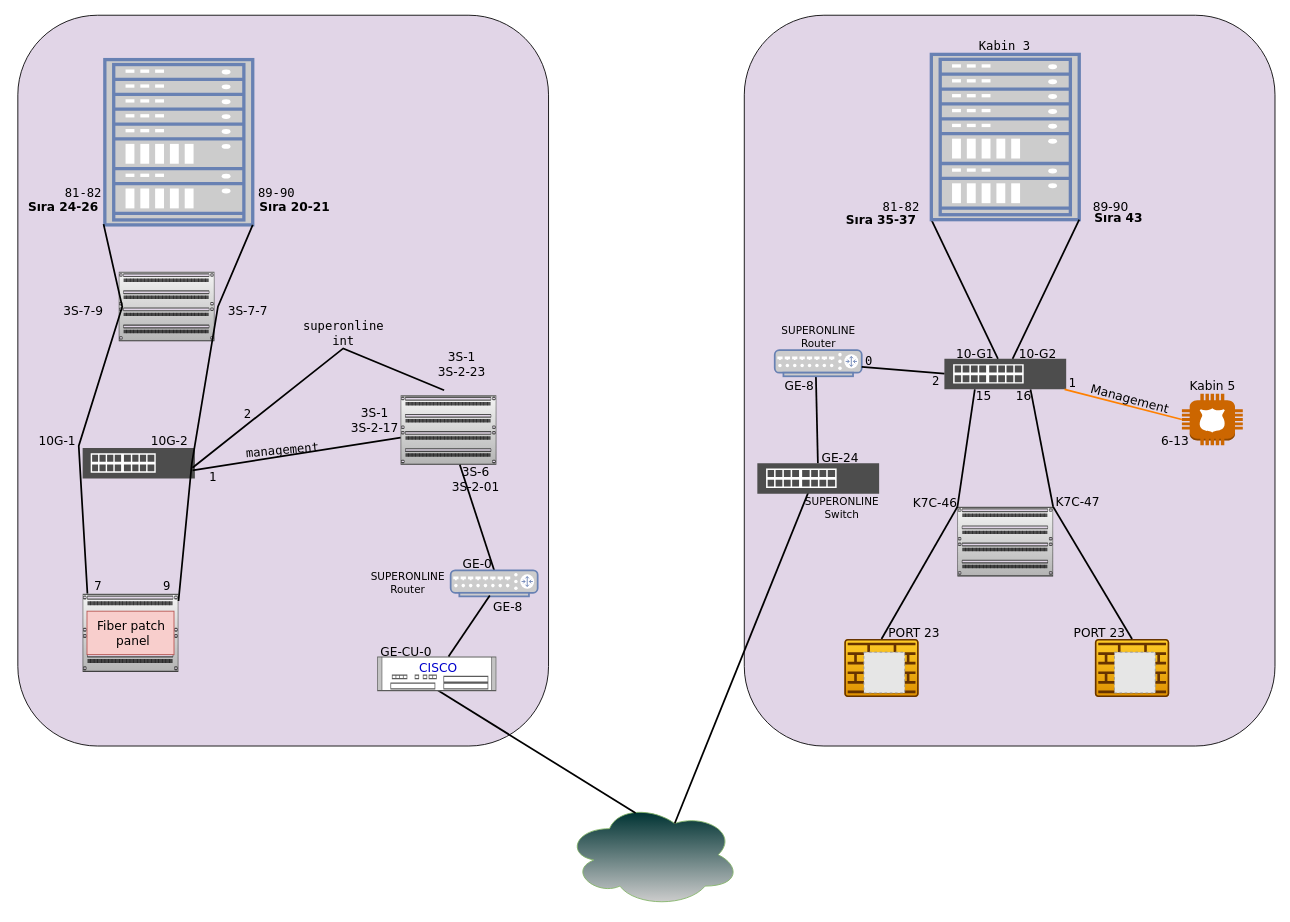
seozdemir/draw.io keeps this draw.io diagram as Başlıksız Diyagram.drawio. Above is the earlier version. Source tidied: cells renumbered, new cells numbered last; positions are measured from the earlier drawing's top-left corner, leaving out a move shared by most shapes. Both pictures are drawn from the tidied source at 87%, with x=0, y=0 at pixel (-83, 33). Pictures stored in the file or linked from it are replaced by grey dashed boxes.
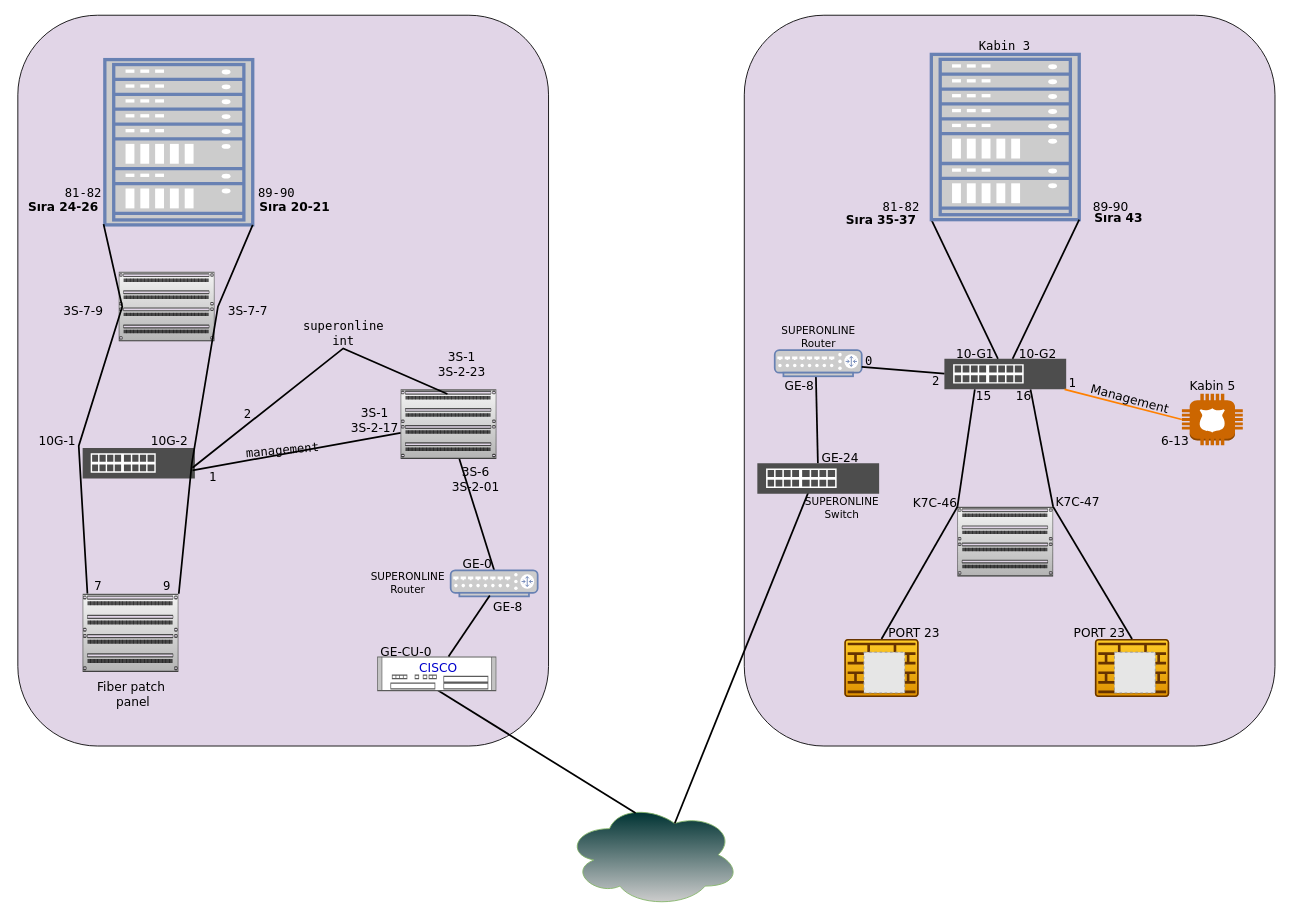
After the change.

Unchanged cells that the change refers to:
```xml
<mxCell id="26" style="fontColor=#0066CC;verticalAlign=top;verticalLabelPosition=bottom;labelPosition=center;align=center;html=1;outlineConnect=0;fillColor=#CCCCCC;strokeColor=#6881B3;gradientColor=none;gradientDirection=north;strokeWidth=2;shape=mxgraph.networks.rack;sketch=0;" parent="1" vertex="1">
  <mxGeometry x="215" y="30" width="170" height="190" as="geometry" />
</mxCell>
<mxCell id="74" value="&lt;font face=&quot;Lucida Console&quot; style=&quot;font-size: 14px;&quot;&gt;9&lt;/font&gt;" style="text;html=1;align=center;verticalAlign=middle;points=[];strokeColor=none;fillColor=none;" parent="1" vertex="1">
  <mxGeometry x="271" y="619.5" width="30" height="30" as="geometry" />
</mxCell>
```

What changed in the source:
```diff
@@
     <mxCell id="28" style="strokeColor=#666666;html=1;labelPosition=right;align=left;spacingLeft=15;shadow=0;dashed=0;outlineConnect=0;shape=mxgraph.rack.general.cat5e_rack_mount_patch_panel_96_ports;fillColor=#f5f5f5;gradientColor=#b3b3b3;" parent="1" vertex="1">
-      <mxGeometry x="555" y="415.8" width="110" height="80" as="geometry" />
+      <mxGeometry x="555" y="409" width="110" height="80" as="geometry" />
     </mxCell>
@@
-    <mxCell id="71" value="&lt;font face=&quot;Verdana&quot; style=&quot;font-size: 14px;&quot;&gt;Fiber patch&lt;br&gt;&amp;nbsp;panel&lt;/font&gt;" style="text;html=1;align=center;verticalAlign=middle;strokeColor=#b85450;fillColor=#f8cecc;" parent="1" vertex="1">
-      <mxGeometry x="194.5" y="664" width="100" height="50" as="geometry" />
+    <mxCell id="71" value="&lt;font face=&quot;Verdana&quot; style=&quot;font-size: 14px;&quot;&gt;Fiber patch&lt;br&gt;&amp;nbsp;panel&lt;/font&gt;" style="text;html=1;align=center;verticalAlign=middle;" parent="1" vertex="1">
+      <mxGeometry x="195" y="734" width="100" height="50" as="geometry" />
     </mxCell>
-    <mxCell id="72" style="endArrow=none;html=1;rounded=0;strokeWidth=2;exitX=1;exitY=1;exitDx=0;exitDy=0;exitPerimeter=0;entryX=0.956;entryY=1.095;entryDx=0;entryDy=0;entryPerimeter=0;" parent="1" edge="1" source="26" target="74">
+    <mxCell id="72" style="endArrow=none;html=1;rounded=0;strokeWidth=2;exitX=1;exitY=1;exitDx=0;exitDy=0;exitPerimeter=0;" parent="1" edge="1" source="26">
       <mxGeometry x="0.12" y="-22" relative="1" as="geometry">
+        <mxPoint x="300" y="644" as="targetPoint" />
         <Array as="points">
           <mxPoint x="345" y="314" />
           <mxPoint x="315" y="494" />
         </Array>
       </mxGeometry>
     </mxCell>
@@
-    <mxCell id="75" style="endArrow=none;html=1;rounded=0;strokeWidth=2;exitX=-0.025;exitY=0.169;exitDx=0;exitDy=0;exitPerimeter=0;" parent="1" edge="1">
+    <mxCell id="75" style="endArrow=none;html=1;rounded=0;strokeWidth=2;exitX=-0.025;exitY=0.169;exitDx=0;exitDy=0;exitPerimeter=0;entryX=0.489;entryY=0.068;entryDx=0;entryDy=0;entryPerimeter=0;" parent="1" edge="1" target="28">
       <mxGeometry x="0.12" y="-22" relative="1" as="geometry">
         <mxPoint x="315.8" y="499.1" as="sourcePoint" />
-        <mxPoint x="605" y="410" as="targetPoint" />
         <Array as="points">
           <mxPoint x="489" y="362" />
         </Array>
       </mxGeometry>
     </mxCell>
```
